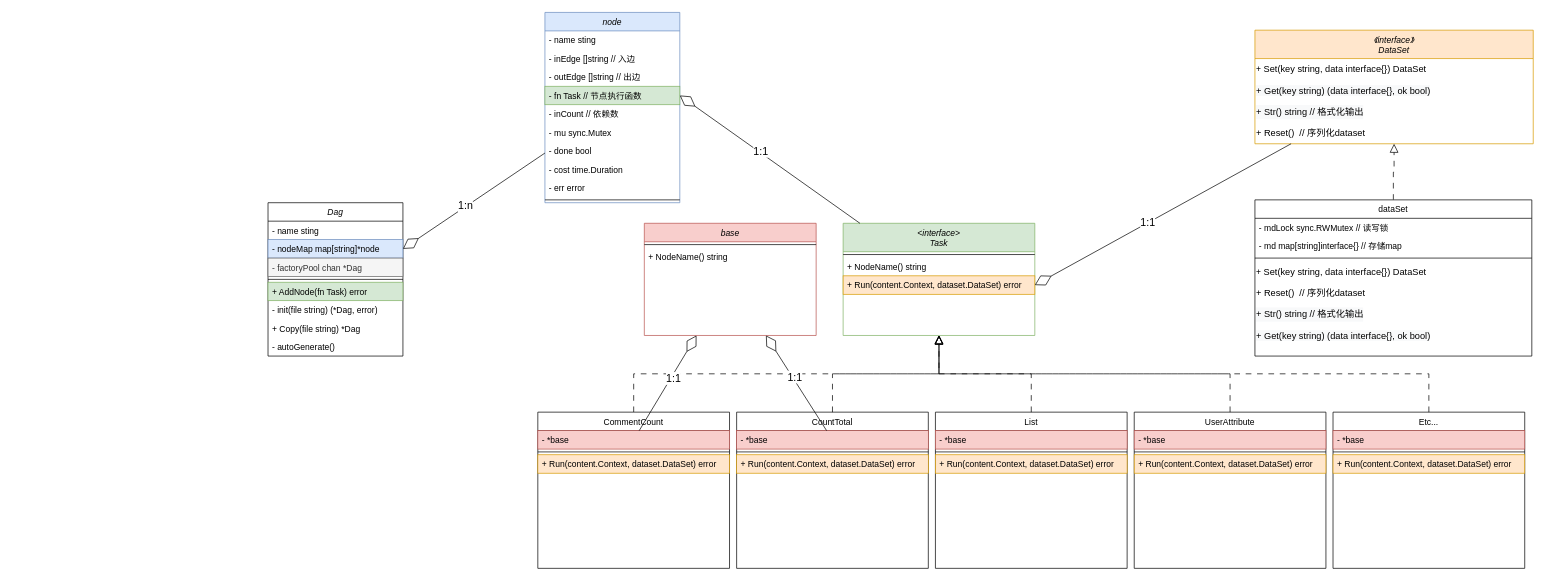
Mrssqin/draw keeps this draw.io diagram as Comment/comment-base.drawio. Above is the earlier version. Source tidied: cells renumbered, new cells numbered last; positions are measured from the earlier drawing's top-left corner, leaving out a move shared by most shapes. Both pictures are drawn from the tidied source at 71%, with x=0, y=0 at pixel (268, 12).
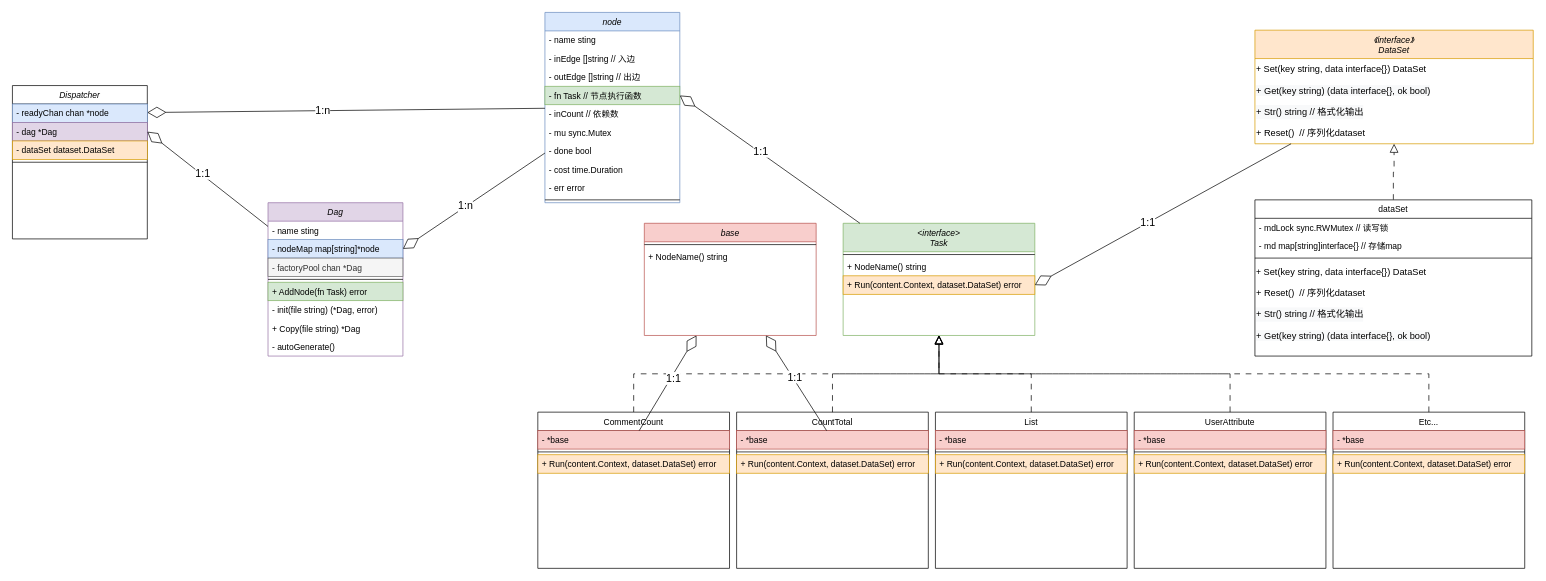
Above is the later version.

Unchanged cells that the change refers to:
```xml
<mxCell id="29" value="node" style="swimlane;fontStyle=2;align=center;verticalAlign=top;horizontal=1;startSize=26;rounded=0;shadow=0;strokeWidth=1;fontSize=12;fillColor=#dae8fc;strokeColor=#6c8ebf;" parent="1" vertex="1">
  <mxGeometry x="390" width="190" height="268" as="geometry" />
</mxCell>
```

Diff of the diagram source:
```diff
@@
-    <mxCell id="2" value="Dag" style="swimlane;fontStyle=2;align=center;verticalAlign=top;horizontal=1;startSize=26;rounded=0;shadow=0;strokeWidth=1;fontSize=12;" parent="1" vertex="1">
+    <mxCell id="2" value="Dag" style="swimlane;fontStyle=2;align=center;verticalAlign=top;horizontal=1;startSize=26;rounded=0;shadow=0;strokeWidth=1;fontSize=12;fillColor=#e1d5e7;strokeColor=#9673a6;" parent="1" vertex="1">
       <mxGeometry y="268" width="190" height="216" as="geometry" />
     </mxCell>
@@
+    <mxCell id="78" value="Dispatcher" style="swimlane;fontStyle=2;align=center;verticalAlign=top;horizontal=1;startSize=26;rounded=0;shadow=0;strokeWidth=1;fontSize=12;" parent="1" vertex="1">
+      <mxGeometry x="-360" y="103" width="190" height="216" as="geometry" />
+    </mxCell>
+    <mxCell id="79" value="- readyChan chan *node" style="text;align=left;verticalAlign=top;spacingLeft=4;spacingRight=4;overflow=hidden;points=[[0,0.5],[1,0.5]];portConstraint=eastwest;rounded=0;shadow=0;html=0;fontSize=12;fillColor=#dae8fc;strokeColor=#6c8ebf;" parent="78" vertex="1">
+      <mxGeometry y="26" width="190" height="26" as="geometry" />
+    </mxCell>
+    <mxCell id="80" value="- dag *Dag" style="text;align=left;verticalAlign=top;spacingLeft=4;spacingRight=4;overflow=hidden;points=[[0,0.5],[1,0.5]];portConstraint=eastwest;fontSize=12;fillColor=#e1d5e7;strokeColor=#9673a6;" parent="78" vertex="1">
+      <mxGeometry y="52" width="190" height="26" as="geometry" />
+    </mxCell>
+    <mxCell id="81" value="- dataSet dataset.DataSet" style="text;align=left;verticalAlign=top;spacingLeft=4;spacingRight=4;overflow=hidden;rounded=0;shadow=0;html=0;fillColor=#ffe6cc;strokeColor=#d79b00;fontSize=12;" parent="78" vertex="1">
+      <mxGeometry y="78" width="190" height="26" as="geometry" />
+    </mxCell>
+    <mxCell id="82" style="line;html=1;strokeWidth=1;align=left;verticalAlign=middle;spacingTop=-1;spacingLeft=3;spacingRight=3;labelPosition=right;fontSize=12;" parent="78" vertex="1">
+      <mxGeometry y="104" width="190" height="8" as="geometry" />
+    </mxCell>
+    <mxCell id="83" style="endArrow=diamondThin;endFill=0;endSize=24;html=1;rounded=0;" parent="1" edge="1" source="29" target="79">
+      <mxGeometry relative="1" as="geometry" />
+    </mxCell>
+    <mxCell id="84" value="&lt;font style=&quot;font-size: 15px;&quot;&gt;1:n&lt;/font&gt;" style="edgeLabel;html=1;align=center;verticalAlign=middle;" parent="83" vertex="1">
+      <mxGeometry x="0.12" y="-2" relative="1" as="geometry">
+        <mxPoint x="1" as="offset" />
+      </mxGeometry>
+    </mxCell>
+    <mxCell id="85" style="endArrow=diamondThin;endFill=0;endSize=24;html=1;rounded=0;entryX=1;entryY=0.5;entryDx=0;entryDy=0;" parent="1" edge="1" source="2" target="80">
+      <mxGeometry relative="1" as="geometry" />
+    </mxCell>
+    <mxCell id="86" value="&lt;font style=&quot;font-size: 15px;&quot;&gt;1:1&lt;/font&gt;" style="edgeLabel;html=1;align=center;verticalAlign=middle;" parent="85" vertex="1">
+      <mxGeometry x="0.12" y="-2" relative="1" as="geometry">
+        <mxPoint x="1" as="offset" />
+      </mxGeometry>
+    </mxCell>
```
